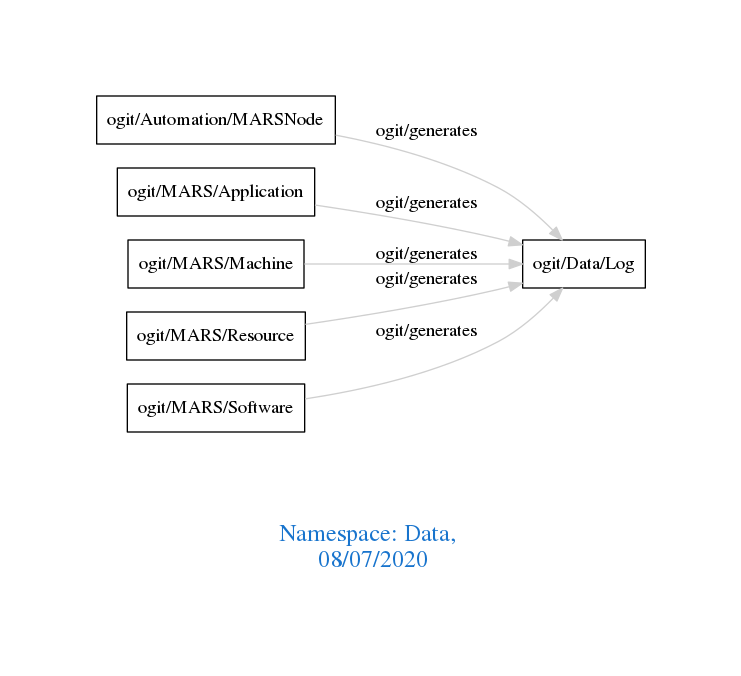
This is downloads/Data.png from arago/OGIT, a Graphviz export, as it was before one commit. Its source is kept beside it as downloads/Data.dot. Its diagram source:
```dot
digraph OGIT_ontology {
 graph [ rankdir= LR,pad=1
fontsize = 18,
fontcolor= dodgerblue3,label = "\n\n\nNamespace: Data, \n 08/07/2020"];
node[shape=polygon];
edge [  color="gray81"];

   "ogit/Automation/MARSNode" -> "ogit/Data/Log" [label="   ogit/generates    "];
   "ogit/MARS/Application" -> "ogit/Data/Log" [label="   ogit/generates    "];
   "ogit/MARS/Machine" -> "ogit/Data/Log" [label="   ogit/generates    "];
   "ogit/MARS/Resource" -> "ogit/Data/Log" [label="   ogit/generates    "];
   "ogit/MARS/Software" -> "ogit/Data/Log" [label="   ogit/generates    "];
}
```
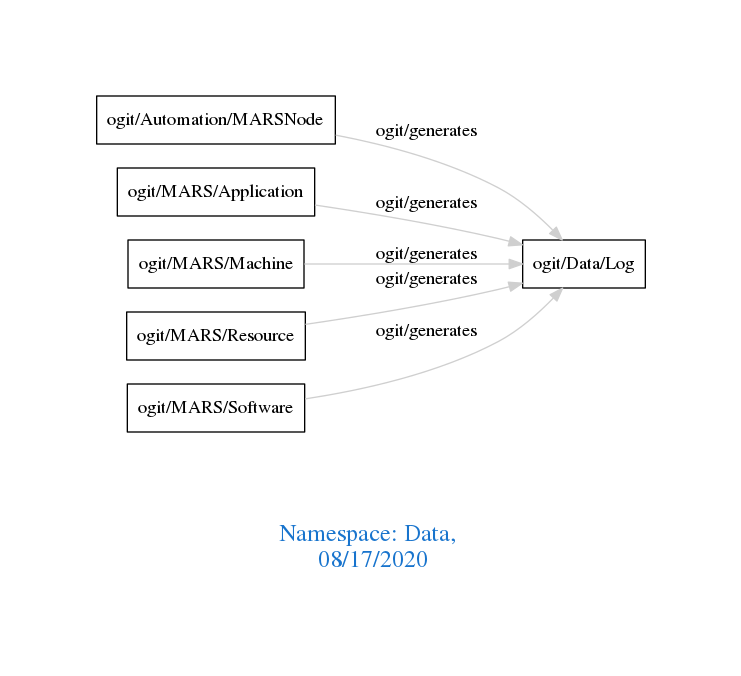
Above is the later version.

Diff of the diagram source:
```diff
@@ -1,7 +1,7 @@
 digraph OGIT_ontology {
  graph [ rankdir= LR,pad=1
 fontsize = 18,
-fontcolor= dodgerblue3,label = "\n\n\nNamespace: Data, \n 08/07/2020"];
+fontcolor= dodgerblue3,label = "\n\n\nNamespace: Data, \n 08/17/2020"];
 node[shape=polygon];
 edge [  color="gray81"];
 
```
